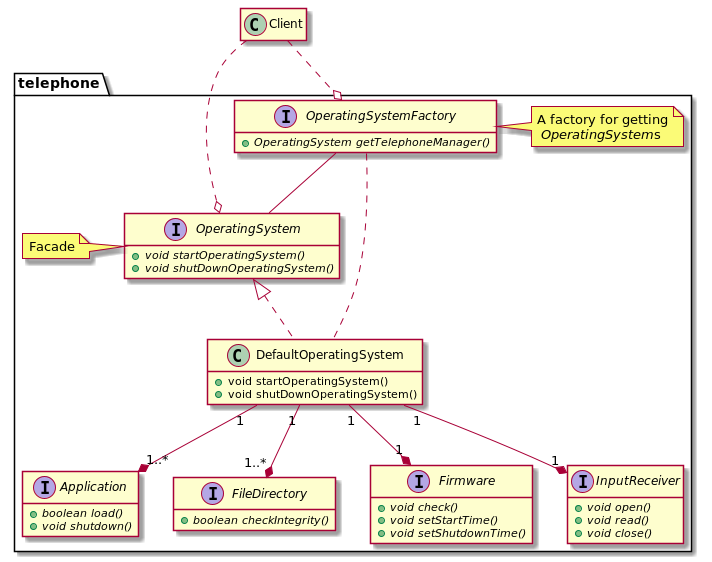
Before: DesignPatternsElementsOfReusableObjectOrientesSoftware/Chapter04/Facade/image/code_class_design.png, a diagram exported from PlantUML (lealceldeiro/gems).
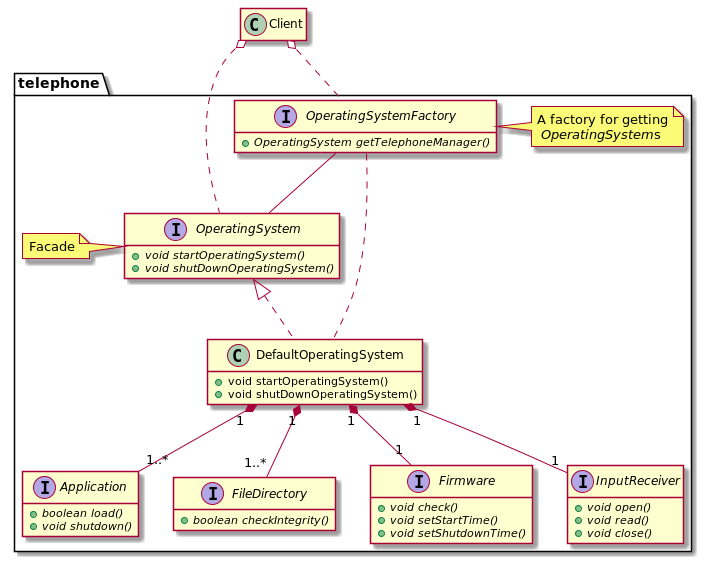
Above is the later version.

Commit message:
Update class design images

Change to the diagram source:
```diff
@@ -33,10 +33,10 @@
         + void shutDownOperatingSystem()
     }
 
-    DefaultOperatingSystem "1" --* "1..*" Application
-    DefaultOperatingSystem "1" --* "1..*" FileDirectory
-    DefaultOperatingSystem "1" --* "1" Firmware
-    DefaultOperatingSystem "1" --* "1" InputReceiver
+    DefaultOperatingSystem "1" *-- "1..*" Application
+    DefaultOperatingSystem "1" *-- "1..*" FileDirectory
+    DefaultOperatingSystem "1" *-- "1" Firmware
+    DefaultOperatingSystem "1" *-- "1" InputReceiver
 
     interface OperatingSystemFactory {
         + {abstract} OperatingSystem getTelephoneManager()
@@ -49,8 +49,8 @@
 
 class Client
 
-Client ..o OperatingSystemFactory
-Client ..o OperatingSystem
+Client o.. OperatingSystemFactory
+Client o.. OperatingSystem
 
 hide empty members
 @enduml
```
